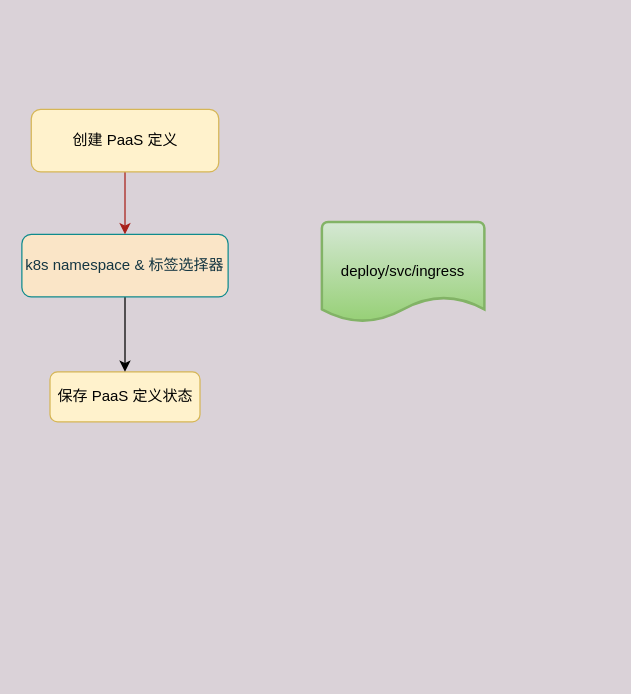
Before: create_paas_definition_flow.drawio in Owenxh/docs, a draw.io diagram. Source tidied: cells renumbered, new cells numbered last; positions are measured from the earlier drawing's top-left corner, leaving out a move shared by most shapes. Both pictures are drawn from the tidied source at 125%, with x=0, y=0 at pixel (21, 109).
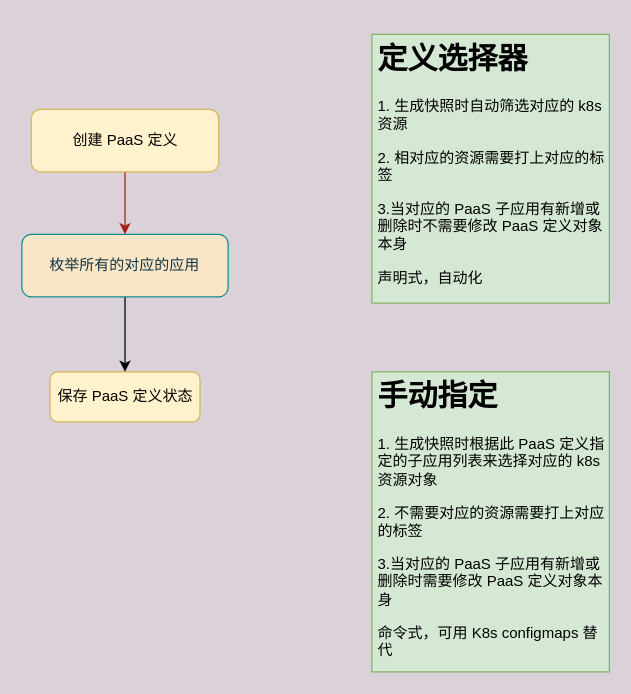
Above is the later version.

What changed in the source:
```diff
@@
 <mxGraphModel background="#DAD2D8">
   <root>
     <mxCell id="0" />
     <mxCell id="1" parent="0" />
     <mxCell id="2" value="保存 PaaS 定义状态" style="rounded=1;whiteSpace=wrap;html=1;fontSize=12;glass=0;strokeWidth=1;shadow=0;fillColor=#fff2cc;strokeColor=#d6b656;" parent="1" vertex="1">
       <mxGeometry x="22.5" y="210" width="120" height="40" as="geometry" />
     </mxCell>
     <mxCell id="3" style="edgeStyle=orthogonalEdgeStyle;rounded=0;jettySize=auto;html=1;" parent="1" edge="1" source="4" target="2">
       <mxGeometry relative="1" as="geometry" />
     </mxCell>
-    <mxCell id="4" value="k8s namespace &amp;amp; 标签选择器" style="rounded=1;whiteSpace=wrap;html=1;fontSize=12;glass=0;strokeWidth=1;shadow=0;fillColor=#FAE5C7;strokeColor=#0F8B8D;fontColor=#143642;" parent="1" vertex="1">
+    <mxCell id="4" value="枚举所有的对应的应用" style="rounded=1;whiteSpace=wrap;html=1;fontSize=12;glass=0;strokeWidth=1;shadow=0;fillColor=#FAE5C7;strokeColor=#0F8B8D;fontColor=#143642;" parent="1" vertex="1">
       <mxGeometry y="100" width="165" height="50" as="geometry" />
     </mxCell>
     <mxCell id="5" style="edgeStyle=orthogonalEdgeStyle;curved=0;rounded=1;sketch=0;jettySize=auto;html=1;fontColor=#143642;strokeColor=#A8201A;fillColor=#FAE5C7;" parent="1" edge="1" source="6" target="4">
       <mxGeometry relative="1" as="geometry" />
     </mxCell>
     <mxCell id="6" value="创建 PaaS 定义" style="rounded=1;whiteSpace=wrap;html=1;fontSize=12;glass=0;strokeWidth=1;shadow=0;fillColor=#fff2cc;strokeColor=#d6b656;" parent="1" vertex="1">
       <mxGeometry x="7.5" width="150" height="50" as="geometry" />
     </mxCell>
-    <mxCell id="7" value="deploy/svc/ingress" style="strokeWidth=2;html=1;shape=mxgraph.flowchart.document2;whiteSpace=wrap;size=0.25;rounded=0;sketch=0;fillColor=#d5e8d4;gradientColor=#97d077;strokeColor=#82b366;" parent="1" vertex="1">
-      <mxGeometry x="240" y="90" width="130" height="80" as="geometry" />
-    </mxCell>
+    <mxCell id="8" value="&lt;h1&gt;定义选择器&lt;/h1&gt;&lt;p&gt;1. 生成快照时自动筛选对应的 k8s 资源&lt;/p&gt;&lt;p&gt;2. 相对应的资源需要打上对应的标签&lt;/p&gt;&lt;p&gt;3.当对应的 PaaS 子应用有新增或删除时不需要修改 PaaS 定义对象本身&lt;/p&gt;&lt;p&gt;声明式，自动化&lt;/p&gt;&lt;p&gt;&lt;br&gt;&lt;/p&gt;&lt;p&gt;&lt;br&gt;&lt;/p&gt;&lt;p&gt;&lt;br&gt;&lt;/p&gt;" style="text;html=1;strokeColor=#82b366;fillColor=#d5e8d4;spacing=5;spacingTop=-20;whiteSpace=wrap;overflow=hidden;rounded=0;" parent="1" vertex="1">
+      <mxGeometry x="280" y="-60" width="190" height="215" as="geometry" />
+    </mxCell>
+    <mxCell id="9" value="&lt;h1&gt;手动指定&lt;/h1&gt;&lt;p&gt;1. 生成快照时根据此 PaaS 定义指定的子应用列表来选择对应的 k8s 资源对象&lt;/p&gt;&lt;p&gt;2. 不需要对应的资源需要打上对应的标签&lt;/p&gt;&lt;p&gt;3.当对应的 PaaS 子应用有新增或删除时需要修改 PaaS 定义对象本身&lt;/p&gt;&lt;p&gt;命令式，可用 K8s configmaps 替代&lt;/p&gt;&lt;p&gt;&lt;br&gt;&lt;/p&gt;&lt;p&gt;&lt;br&gt;&lt;/p&gt;" style="text;html=1;strokeColor=#82b366;fillColor=#d5e8d4;spacing=5;spacingTop=-20;whiteSpace=wrap;overflow=hidden;rounded=0;" parent="1" vertex="1">
+      <mxGeometry x="280" y="210" width="190" height="240" as="geometry" />
+    </mxCell>
   </root>
 </mxGraphModel>
```
